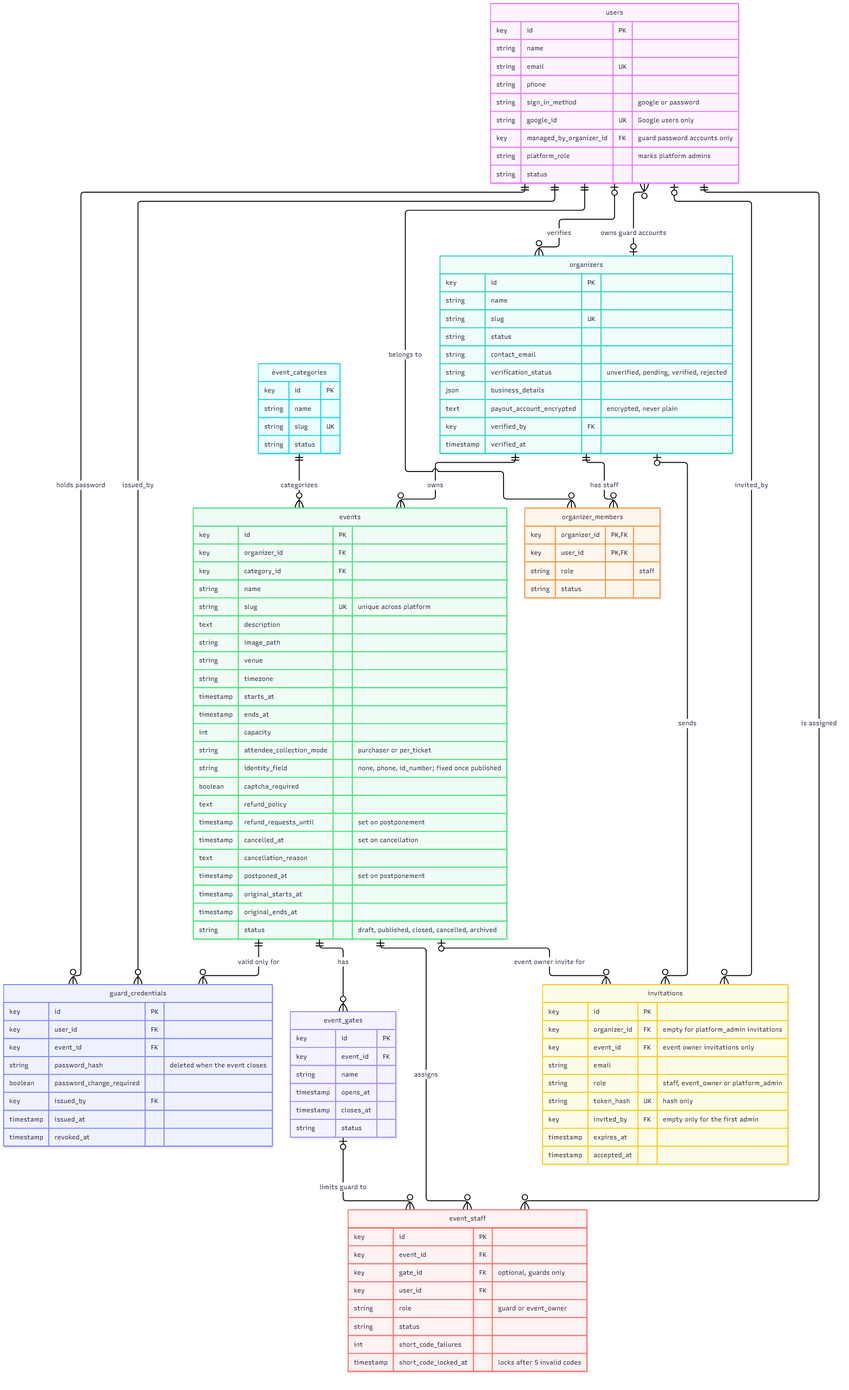
Above: doc/diagrams/erd/01-identity-and-tenancy.png in kreativesahara/ticket (Mermaid), before the change. Its source is kept beside it as doc/diagrams/erd/01-identity-and-tenancy.mmd.
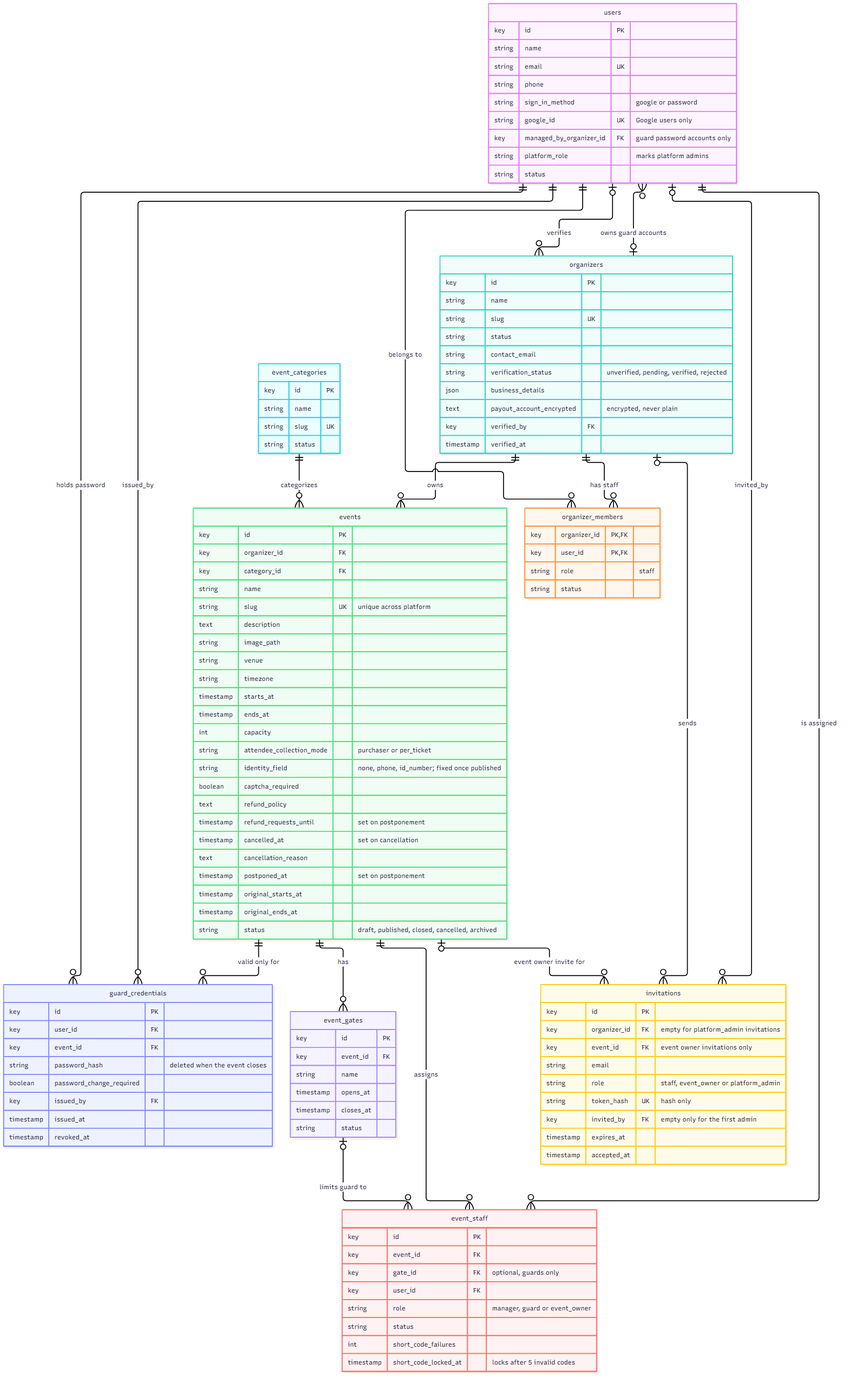
The same file after the commit.

Diff of the diagram source:
```diff
@@ -72,7 +72,7 @@
         key event_id FK
         key gate_id FK "optional, guards only"
         key user_id FK
-        string role "guard or event_owner"
+        string role "manager, guard or event_owner"
         string status
         int short_code_failures
         timestamp short_code_locked_at "locks after 5 invalid codes"
```
